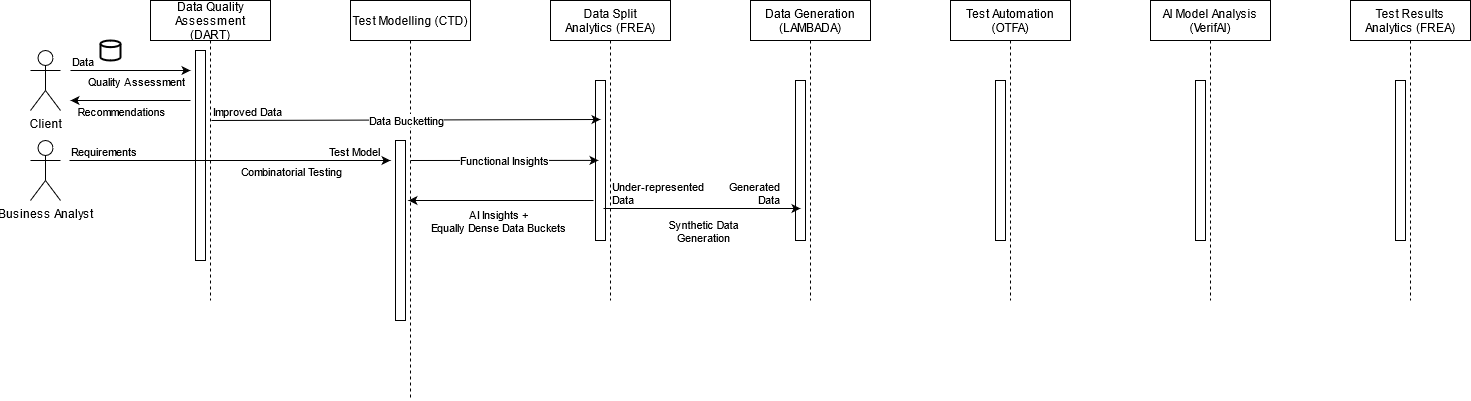
ilanjaya/TestCOE keeps this draw.io diagram as FACT Process Flow.png. Above is the earlier version. Source tidied: cells renumbered, new cells last; positions are measured from the earlier drawing's top-left corner, leaving out a move shared by most shapes.
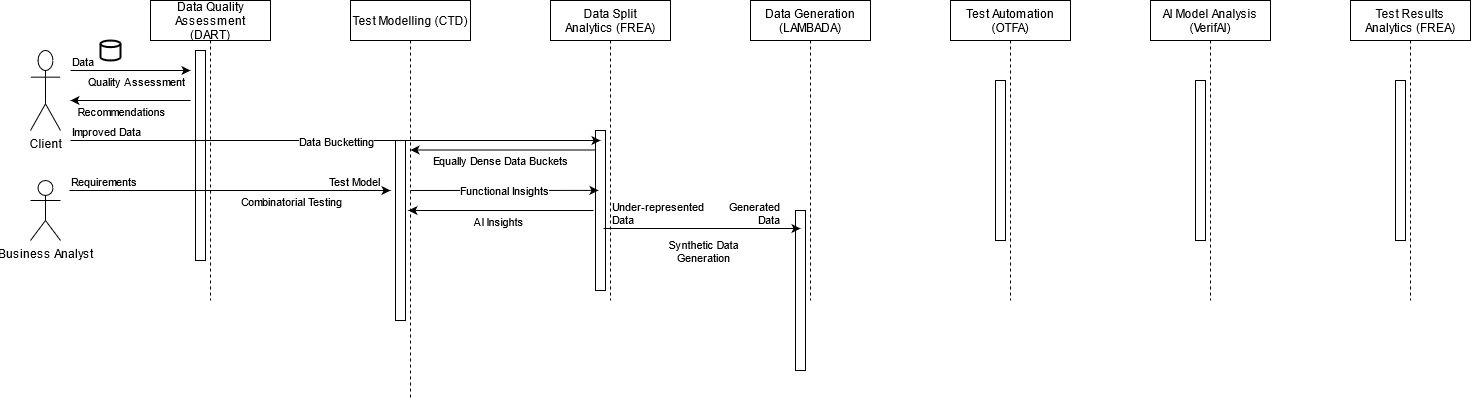
The same file after the commit.

Change to the diagram source:
```diff
@@ -18,13 +18,13 @@
       <mxGeometry x="520" width="120" height="300" as="geometry" />
     </mxCell>
     <mxCell id="7" style="points=[];perimeter=orthogonalPerimeter;rounded=0;shadow=0;strokeWidth=1;" parent="6" vertex="1">
-      <mxGeometry x="45" y="80" width="10" height="160" as="geometry" />
+      <mxGeometry x="45" y="130" width="10" height="160" as="geometry" />
     </mxCell>
     <mxCell id="8" value="Data Generation&#10;(LAMBADA)" style="shape=umlLifeline;perimeter=lifelinePerimeter;rounded=0;shadow=0;strokeWidth=1;" parent="1" vertex="1">
       <mxGeometry x="720" width="120" height="300" as="geometry" />
     </mxCell>
     <mxCell id="9" style="perimeter=orthogonalPerimeter;rounded=0;shadow=0;strokeWidth=1;" parent="8" vertex="1">
-      <mxGeometry x="45" y="80" width="10" height="160" as="geometry" />
+      <mxGeometry x="45" y="210" width="10" height="160" as="geometry" />
     </mxCell>
     <mxCell id="10" value="Test Automation &#10;(OTFA)" style="shape=umlLifeline;perimeter=lifelinePerimeter;rounded=0;shadow=0;strokeWidth=1;" parent="1" vertex="1">
       <mxGeometry x="920" width="120" height="300" as="geometry" />
@@ -43,8 +43,8 @@
     </mxCell>
     <mxCell id="15" style="endArrow=classic;html=1;" parent="1" edge="1">
       <mxGeometry relative="1" as="geometry">
-        <mxPoint x="39" y="160" as="sourcePoint" />
-        <mxPoint x="360" y="160" as="targetPoint" />
+        <mxPoint x="39" y="190" as="sourcePoint" />
+        <mxPoint x="360" y="190" as="targetPoint" />
       </mxGeometry>
     </mxCell>
     <mxCell id="16" value="&lt;div&gt;Combinatorial Testing&lt;/div&gt;" style="edgeLabel;html=1;align=center;verticalAlign=middle;" parent="15" vertex="1">
@@ -60,22 +60,24 @@
         <mxPoint x="-10" as="offset" />
       </mxGeometry>
     </mxCell>
-    <mxCell id="19" style="endArrow=classic;html=1;entryX=0.4;entryY=0.533;entryDx=0;entryDy=0;entryPerimeter=0;" parent="1" edge="1" target="6">
+    <mxCell id="19" style="endArrow=classic;html=1;entryX=0.4;entryY=0.533;entryDx=0;entryDy=0;entryPerimeter=0;" parent="1" edge="1">
       <mxGeometry relative="1" as="geometry">
-        <mxPoint x="380" y="160" as="sourcePoint" />
+        <mxPoint x="380" y="190" as="sourcePoint" />
+        <mxPoint x="568" y="189.9" as="targetPoint" />
       </mxGeometry>
     </mxCell>
     <mxCell id="20" value="Functional Insights" style="edgeLabel;html=1;align=center;verticalAlign=middle;" parent="19" vertex="1">
       <mxGeometry relative="1" as="geometry" />
     </mxCell>
-    <mxCell id="21" style="endArrow=classic;html=1;exitX=0.43;exitY=0.583;exitDx=0;exitDy=0;exitPerimeter=0;entryX=0.483;entryY=0.5;entryDx=0;entryDy=0;entryPerimeter=0;" parent="1" edge="1" target="4">
+    <mxCell id="21" style="endArrow=classic;html=1;exitX=0.43;exitY=0.583;exitDx=0;exitDy=0;exitPerimeter=0;entryX=0.483;entryY=0.5;entryDx=0;entryDy=0;entryPerimeter=0;" parent="1" edge="1">
       <mxGeometry relative="1" as="geometry">
-        <mxPoint x="563" y="200" as="sourcePoint" />
+        <mxPoint x="563" y="210" as="sourcePoint" />
+        <mxPoint x="378" y="210" as="targetPoint" />
       </mxGeometry>
     </mxCell>
-    <mxCell id="22" value="&lt;div&gt;AI Insights +&lt;/div&gt;&lt;div&gt;Equally Dense Data Buckets&lt;br&gt;&lt;/div&gt;" style="edgeLabel;html=1;align=center;verticalAlign=middle;" parent="21" vertex="1">
+    <mxCell id="22" value="&lt;div&gt;AI Insights&lt;/div&gt;" style="edgeLabel;html=1;align=center;verticalAlign=middle;" parent="21" vertex="1">
       <mxGeometry relative="1" as="geometry">
-        <mxPoint x="-3" y="20" as="offset" />
+        <mxPoint x="-3" y="10" as="offset" />
       </mxGeometry>
     </mxCell>
     <mxCell id="23" style="endArrow=classic;html=1;" parent="1" edge="1">
@@ -90,7 +92,7 @@
       </mxGeometry>
     </mxCell>
     <mxCell id="25" value="Client" style="shape=umlActor;verticalLabelPosition=bottom;verticalAlign=top;html=1;" parent="1" vertex="1">
-      <mxGeometry y="50" width="30" height="60" as="geometry" />
+      <mxGeometry y="50" width="30" height="80" as="geometry" />
     </mxCell>
     <mxCell id="26" style="endArrow=classic;html=1;" parent="1" edge="1">
       <mxGeometry relative="1" as="geometry">
@@ -115,9 +117,13 @@
     <mxCell id="30" style="perimeter=orthogonalPerimeter;rounded=0;shadow=0;strokeWidth=1;" parent="29" vertex="1">
       <mxGeometry x="45" y="80" width="10" height="160" as="geometry" />
     </mxCell>
-    <mxCell id="31" style="endArrow=classic;html=1;exitX=0.508;exitY=0.4;exitDx=0;exitDy=0;exitPerimeter=0;" parent="1" edge="1" source="2">
+    <mxCell id="31" style="endArrow=classic;html=1;" parent="1" edge="1">
       <mxGeometry relative="1" as="geometry">
-        <mxPoint x="570" y="119" as="targetPoint" />
+        <mxPoint x="40" y="140" as="sourcePoint" />
+        <mxPoint x="570" y="140" as="targetPoint" />
+        <Array as="points">
+          <mxPoint x="440" y="140" />
+        </Array>
       </mxGeometry>
     </mxCell>
     <mxCell id="32" value="Data Bucketting" style="edgeLabel;html=1;align=center;verticalAlign=middle;" parent="31" vertex="1">
@@ -127,11 +133,12 @@
       <mxGeometry x="-1" relative="1" as="geometry" />
     </mxCell>
     <mxCell id="34" value="Business Analyst" style="shape=umlActor;verticalLabelPosition=bottom;verticalAlign=top;html=1;" parent="1" vertex="1">
-      <mxGeometry y="140" width="30" height="60" as="geometry" />
+      <mxGeometry y="180" width="30" height="60" as="geometry" />
     </mxCell>
-    <mxCell id="35" style="endArrow=classic;html=1;exitX=0.8;exitY=0.8;exitDx=0;exitDy=0;exitPerimeter=0;" parent="1" edge="1" source="7">
+    <mxCell id="35" style="endArrow=classic;html=1;exitX=0.8;exitY=0.8;exitDx=0;exitDy=0;exitPerimeter=0;" parent="1" edge="1">
       <mxGeometry relative="1" as="geometry">
-        <mxPoint x="770" y="208" as="targetPoint" />
+        <mxPoint x="573" y="228" as="sourcePoint" />
+        <mxPoint x="770" y="228" as="targetPoint" />
       </mxGeometry>
     </mxCell>
     <mxCell id="36" value="&lt;div&gt;Synthetic Data &lt;br&gt;&lt;/div&gt;&lt;div&gt;Generation&lt;/div&gt;" style="edgeLabel;html=1;align=center;verticalAlign=middle;" parent="35" vertex="1">
@@ -149,5 +156,16 @@
         <mxPoint x="-20" as="offset" />
       </mxGeometry>
     </mxCell>
+    <mxCell id="39" style="endArrow=classic;html=1;exitX=0.43;exitY=0.583;exitDx=0;exitDy=0;exitPerimeter=0;entryX=0.483;entryY=0.5;entryDx=0;entryDy=0;entryPerimeter=0;" parent="1" edge="1">
+      <mxGeometry relative="1" as="geometry">
+        <mxPoint x="565" y="149.5" as="sourcePoint" />
+        <mxPoint x="380" y="149.5" as="targetPoint" />
+      </mxGeometry>
+    </mxCell>
+    <mxCell id="40" value="&lt;div&gt;Equally Dense Data Buckets&lt;br&gt;&lt;/div&gt;" style="edgeLabel;html=1;align=center;verticalAlign=middle;" parent="39" vertex="1">
+      <mxGeometry relative="1" as="geometry">
+        <mxPoint x="-3" y="10" as="offset" />
+      </mxGeometry>
+    </mxCell>
   </root>
 </mxGraphModel>
```
